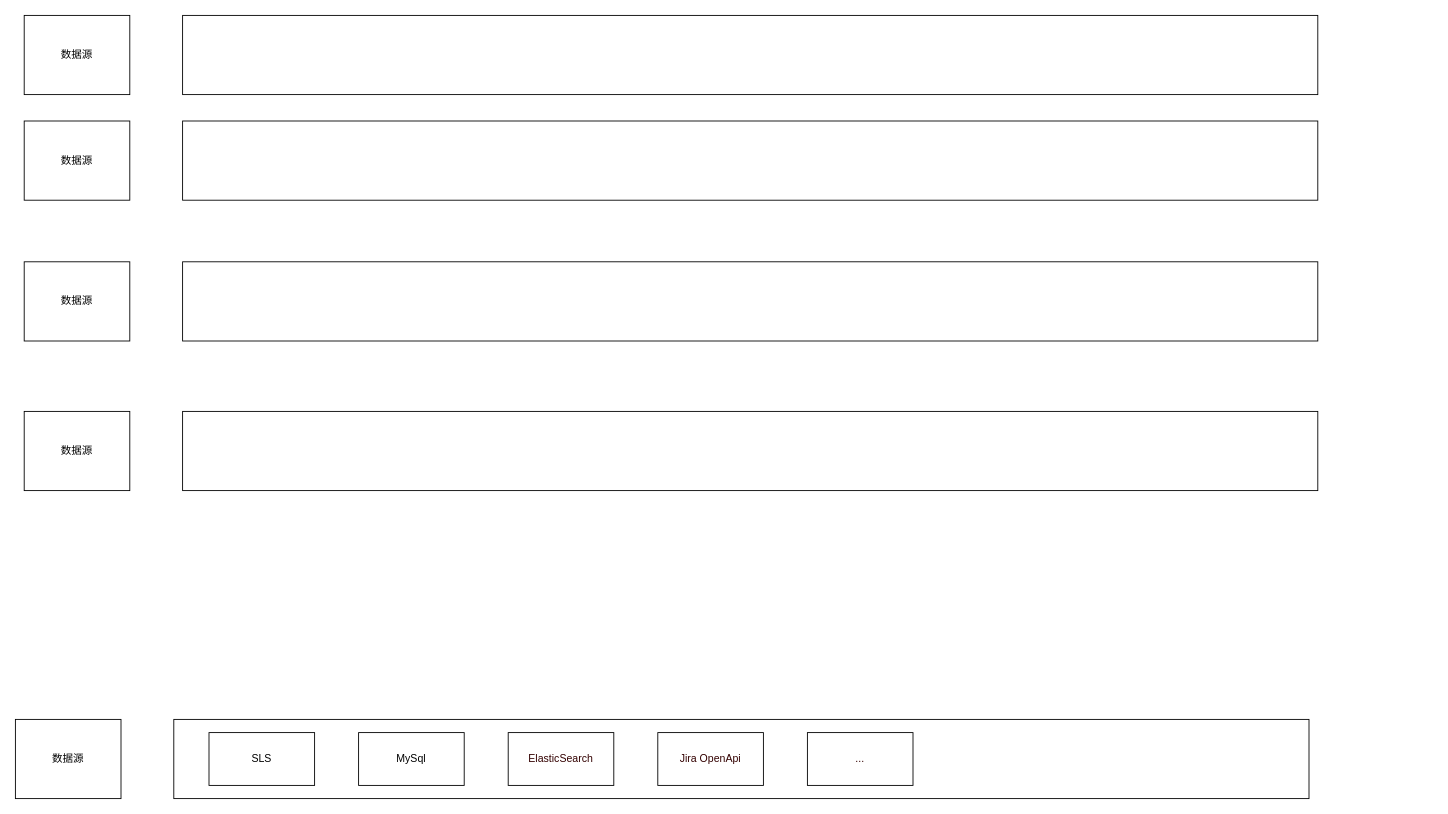
Earlier version of the draw.io diagram worker/质量大盘.drawio (TNT-Likely/diagrams). Source tidied: cells renumbered, new cells numbered last; positions are measured from the earlier drawing's top-left corner, leaving out a move shared by most shapes. Both pictures are drawn from the tidied source at 88%, with x=0, y=0 at pixel (15, 15).
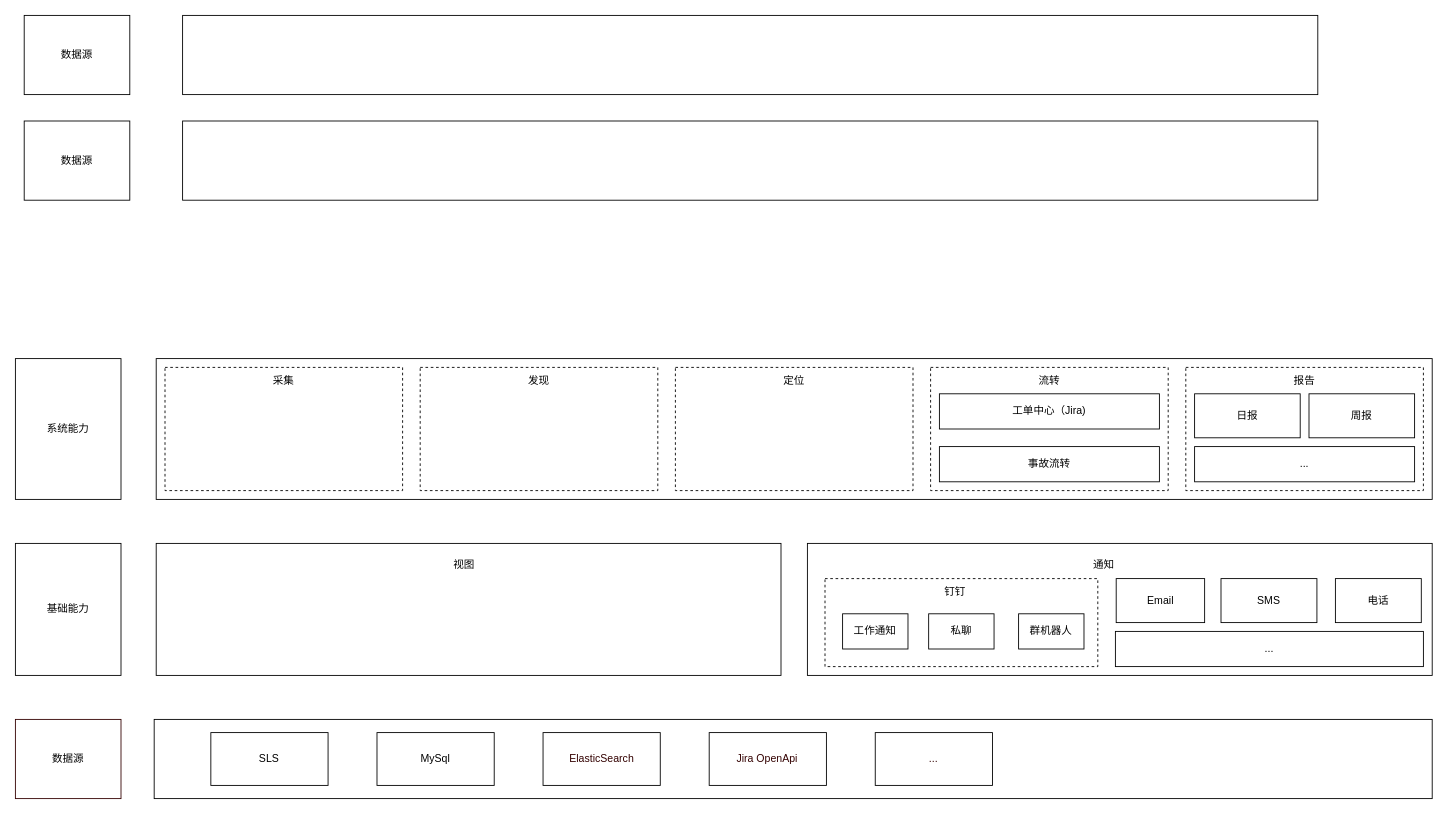
The same diagram, later.

Commit message (it also covers changes not shown here):
更新质量大盘.drawio

What changed in the source:
```diff
@@
-    <mxCell id="2" style="group;" parent="1" vertex="1">
-      <mxGeometry x="10" y="450" width="1470" height="90" as="geometry" />
-    </mxCell>
-    <mxCell id="3" style="group;" parent="2" vertex="1">
-      <mxGeometry width="1470" height="90" as="geometry" />
-    </mxCell>
-    <mxCell id="4" value="数据源" style="rounded=0;whiteSpace=wrap;html=1;" parent="3" vertex="1">
-      <mxGeometry width="120" height="90" as="geometry" />
-    </mxCell>
-    <mxCell id="5" style="rounded=0;whiteSpace=wrap;html=1;" parent="3" vertex="1">
-      <mxGeometry x="180" width="1290" height="90" as="geometry" />
-    </mxCell>
-    <mxCell id="6" style="group;" parent="1" vertex="1">
-      <mxGeometry x="10" y="280" width="1470" height="90" as="geometry" />
-    </mxCell>
-    <mxCell id="7" style="group;" parent="6" vertex="1">
-      <mxGeometry width="1470" height="90" as="geometry" />
-    </mxCell>
-    <mxCell id="8" value="数据源" style="rounded=0;whiteSpace=wrap;html=1;" parent="7" vertex="1">
-      <mxGeometry width="120" height="90" as="geometry" />
-    </mxCell>
-    <mxCell id="9" style="rounded=0;whiteSpace=wrap;html=1;" parent="7" vertex="1">
-      <mxGeometry x="180" width="1290" height="90" as="geometry" />
-    </mxCell>
@@
-    <mxCell id="18" style="group;" parent="1" vertex="1">
-      <mxGeometry y="800" width="1470" height="90" as="geometry" />
-    </mxCell>
+    <mxCell id="26" style="group;" parent="1" vertex="1">
+      <mxGeometry y="800" width="1610" height="90" as="geometry" />
+    </mxCell>
-    <mxCell id="19" value="数据源" style="rounded=0;whiteSpace=wrap;html=1;" parent="18" vertex="1">
+    <mxCell id="19" value="数据源" style="rounded=0;whiteSpace=wrap;html=1;strokeColor=#330000;strokeWidth=1;gradientColor=default;fillColor=none;" parent="26" vertex="1">
       <mxGeometry width="120" height="90" as="geometry" />
     </mxCell>
+    <mxCell id="27" style="group;" parent="26" vertex="1">
+      <mxGeometry x="177.7" width="1432.3" height="90" as="geometry" />
+    </mxCell>
-    <mxCell id="20" style="rounded=0;whiteSpace=wrap;html=1;" parent="18" vertex="1">
-      <mxGeometry x="180" width="1290" height="90" as="geometry" />
+    <mxCell id="20" style="rounded=0;whiteSpace=wrap;html=1;strokeColor=default;fillColor=default;strokeWidth=1;" parent="27" vertex="1">
+      <mxGeometry x="-20" width="1452.3" height="90" as="geometry" />
     </mxCell>
-    <mxCell id="21" value="SLS" style="rounded=0;whiteSpace=wrap;html=1;" parent="18" vertex="1">
-      <mxGeometry x="220" y="15" width="120" height="60" as="geometry" />
+    <mxCell id="21" value="SLS" style="rounded=0;whiteSpace=wrap;html=1;" parent="27" vertex="1">
+      <mxGeometry x="44.4" y="15" width="133.2" height="60" as="geometry" />
     </mxCell>
-    <mxCell id="22" value="MySql" style="rounded=0;whiteSpace=wrap;html=1;" parent="18" vertex="1">
-      <mxGeometry x="390" y="15" width="120" height="60" as="geometry" />
+    <mxCell id="22" value="MySql" style="rounded=0;whiteSpace=wrap;html=1;" parent="27" vertex="1">
+      <mxGeometry x="233.2" y="15" width="133.2" height="60" as="geometry" />
     </mxCell>
-    <mxCell id="23" value="&lt;font color=&quot;#330000&quot;&gt;ElasticSearch&lt;/font&gt;" style="rounded=0;whiteSpace=wrap;html=1;" parent="18" vertex="1">
-      <mxGeometry x="560" y="15" width="120" height="60" as="geometry" />
+    <mxCell id="23" value="&lt;font color=&quot;#330000&quot;&gt;ElasticSearch&lt;/font&gt;" style="rounded=0;whiteSpace=wrap;html=1;" parent="27" vertex="1">
+      <mxGeometry x="421.9" y="15" width="133.2" height="60" as="geometry" />
     </mxCell>
-    <mxCell id="24" value="&lt;font color=&quot;#330000&quot;&gt;Jira OpenApi&lt;/font&gt;" style="rounded=0;whiteSpace=wrap;html=1;" parent="18" vertex="1">
-      <mxGeometry x="730" y="15" width="120" height="60" as="geometry" />
+    <mxCell id="24" value="&lt;font color=&quot;#330000&quot;&gt;Jira OpenApi&lt;/font&gt;" style="rounded=0;whiteSpace=wrap;html=1;" parent="27" vertex="1">
+      <mxGeometry x="610.7" y="15" width="133.2" height="60" as="geometry" />
     </mxCell>
-    <mxCell id="25" value="&lt;font color=&quot;#330000&quot;&gt;...&lt;/font&gt;" style="rounded=0;whiteSpace=wrap;html=1;" parent="18" vertex="1">
-      <mxGeometry x="900" y="15" width="120" height="60" as="geometry" />
+    <mxCell id="25" value="&lt;font color=&quot;#330000&quot;&gt;...&lt;/font&gt;" style="rounded=0;whiteSpace=wrap;html=1;" parent="27" vertex="1">
+      <mxGeometry x="799.4" y="15" width="133.2" height="60" as="geometry" />
     </mxCell>
+    <mxCell id="4" value="基础能力" style="rounded=0;whiteSpace=wrap;html=1;" parent="1" vertex="1">
+      <mxGeometry y="600" width="120" height="150" as="geometry" />
+    </mxCell>
+    <mxCell id="28" style="group;" parent="1" vertex="1">
+      <mxGeometry x="160" y="600" width="710" height="150" as="geometry" />
+    </mxCell>
+    <mxCell id="5" style="rounded=0;whiteSpace=wrap;html=1;" parent="28" vertex="1">
+      <mxGeometry width="710" height="150" as="geometry" />
+    </mxCell>
+    <mxCell id="29" value="视图" style="text;html=1;strokeColor=none;fillColor=none;align=center;verticalAlign=middle;whiteSpace=wrap;rounded=0;" parent="28" vertex="1">
+      <mxGeometry x="315.6" y="10" width="67.6" height="30" as="geometry" />
+    </mxCell>
+    <mxCell id="8" value="系统能力" style="rounded=0;whiteSpace=wrap;html=1;" parent="1" vertex="1">
+      <mxGeometry y="390" width="120" height="160" as="geometry" />
+    </mxCell>
+    <mxCell id="9" style="rounded=0;whiteSpace=wrap;html=1;" parent="1" vertex="1">
+      <mxGeometry x="160" y="390" width="1450" height="160" as="geometry" />
+    </mxCell>
+    <mxCell id="30" style="group;" parent="1" vertex="1">
+      <mxGeometry x="170" y="400" width="270" height="140" as="geometry" />
+    </mxCell>
+    <mxCell id="31" style="rounded=0;whiteSpace=wrap;html=1;dashed=1;" parent="30" vertex="1">
+      <mxGeometry width="270" height="140" as="geometry" />
+    </mxCell>
+    <mxCell id="32" value="采集" style="text;html=1;strokeColor=none;fillColor=none;align=center;verticalAlign=middle;whiteSpace=wrap;rounded=0;" parent="30" vertex="1">
+      <mxGeometry x="105" width="60" height="30" as="geometry" />
+    </mxCell>
+    <mxCell id="33" style="group;" parent="1" vertex="1">
+      <mxGeometry x="460" y="400" width="270" height="140" as="geometry" />
+    </mxCell>
+    <mxCell id="34" style="rounded=0;whiteSpace=wrap;html=1;dashed=1;" parent="33" vertex="1">
+      <mxGeometry width="270" height="140" as="geometry" />
+    </mxCell>
+    <mxCell id="35" value="发现" style="text;html=1;strokeColor=none;fillColor=none;align=center;verticalAlign=middle;whiteSpace=wrap;rounded=0;" parent="33" vertex="1">
+      <mxGeometry x="105" width="60" height="30" as="geometry" />
+    </mxCell>
+    <mxCell id="36" style="group;" parent="1" vertex="1">
+      <mxGeometry x="750" y="400" width="270" height="140" as="geometry" />
+    </mxCell>
+    <mxCell id="37" style="rounded=0;whiteSpace=wrap;html=1;dashed=1;" parent="36" vertex="1">
+      <mxGeometry width="270" height="140" as="geometry" />
+    </mxCell>
+    <mxCell id="38" value="定位" style="text;html=1;strokeColor=none;fillColor=none;align=center;verticalAlign=middle;whiteSpace=wrap;rounded=0;" parent="36" vertex="1">
+      <mxGeometry x="105" width="60" height="30" as="geometry" />
+    </mxCell>
+    <mxCell id="39" style="group;" parent="1" vertex="1">
+      <mxGeometry x="1040" y="400" width="270" height="140" as="geometry" />
+    </mxCell>
+    <mxCell id="40" style="rounded=0;whiteSpace=wrap;html=1;dashed=1;" parent="39" vertex="1">
+      <mxGeometry width="270" height="140" as="geometry" />
+    </mxCell>
+    <mxCell id="41" value="流转" style="text;html=1;strokeColor=none;fillColor=none;align=center;verticalAlign=middle;whiteSpace=wrap;rounded=0;" parent="39" vertex="1">
+      <mxGeometry x="105" width="60" height="30" as="geometry" />
+    </mxCell>
+    <mxCell id="42" value="工单中心（Jira)" style="rounded=0;whiteSpace=wrap;html=1;" parent="39" vertex="1">
+      <mxGeometry x="10" y="30" width="250" height="40" as="geometry" />
+    </mxCell>
+    <mxCell id="43" value="事故流转" style="rounded=0;whiteSpace=wrap;html=1;" parent="39" vertex="1">
+      <mxGeometry x="10" y="90" width="250" height="40" as="geometry" />
+    </mxCell>
+    <mxCell id="44" style="rounded=0;whiteSpace=wrap;html=1;dashed=1;" parent="1" vertex="1">
+      <mxGeometry x="1330" y="400" width="270" height="140" as="geometry" />
+    </mxCell>
+    <mxCell id="45" value="报告" style="text;html=1;strokeColor=none;fillColor=none;align=center;verticalAlign=middle;whiteSpace=wrap;rounded=0;" parent="1" vertex="1">
+      <mxGeometry x="1435" y="400" width="60" height="30" as="geometry" />
+    </mxCell>
+    <mxCell id="46" value="日报" style="rounded=0;whiteSpace=wrap;html=1;" parent="1" vertex="1">
+      <mxGeometry x="1340" y="430" width="120" height="50" as="geometry" />
+    </mxCell>
+    <mxCell id="47" value="周报" style="rounded=0;whiteSpace=wrap;html=1;" parent="1" vertex="1">
+      <mxGeometry x="1470" y="430" width="120" height="50" as="geometry" />
+    </mxCell>
+    <mxCell id="48" value="..." style="rounded=0;whiteSpace=wrap;html=1;" parent="1" vertex="1">
+      <mxGeometry x="1340" y="490" width="250" height="40" as="geometry" />
+    </mxCell>
+    <mxCell id="49" style="group;" parent="1" vertex="1">
+      <mxGeometry x="900" y="600" width="710" height="150" as="geometry" />
+    </mxCell>
+    <mxCell id="50" style="group;" parent="49" vertex="1">
+      <mxGeometry width="710" height="150" as="geometry" />
+    </mxCell>
+    <mxCell id="51" style="rounded=0;whiteSpace=wrap;html=1;" parent="50" vertex="1">
+      <mxGeometry width="710" height="150" as="geometry" />
+    </mxCell>
+    <mxCell id="52" value="通知" style="text;html=1;strokeColor=none;fillColor=none;align=center;verticalAlign=middle;whiteSpace=wrap;rounded=0;" parent="50" vertex="1">
+      <mxGeometry x="300" y="10" width="74.3" height="30" as="geometry" />
+    </mxCell>
+    <mxCell id="53" style="rounded=0;whiteSpace=wrap;html=1;dashed=1;" parent="50" vertex="1">
+      <mxGeometry x="20" y="40" width="310" height="100" as="geometry" />
+    </mxCell>
+    <mxCell id="54" value="钉钉" style="text;html=1;strokeColor=none;fillColor=none;align=center;verticalAlign=middle;whiteSpace=wrap;rounded=0;" parent="50" vertex="1">
+      <mxGeometry x="131.4" y="40" width="74.3" height="30" as="geometry" />
+    </mxCell>
+    <mxCell id="55" value="工作通知" style="rounded=0;whiteSpace=wrap;html=1;" parent="50" vertex="1">
+      <mxGeometry x="40" y="80" width="74.3" height="40" as="geometry" />
+    </mxCell>
+    <mxCell id="56" value="私聊" style="rounded=0;whiteSpace=wrap;html=1;" parent="50" vertex="1">
+      <mxGeometry x="137.8" y="80" width="74.3" height="40" as="geometry" />
+    </mxCell>
+    <mxCell id="57" value="群机器人" style="rounded=0;whiteSpace=wrap;html=1;" parent="50" vertex="1">
+      <mxGeometry x="240" y="80" width="74.3" height="40" as="geometry" />
+    </mxCell>
+    <mxCell id="58" value="Email" style="rounded=0;whiteSpace=wrap;html=1;" parent="50" vertex="1">
+      <mxGeometry x="350.9" y="40" width="100.5" height="50" as="geometry" />
+    </mxCell>
+    <mxCell id="59" value="SMS" style="rounded=0;whiteSpace=wrap;html=1;" parent="50" vertex="1">
+      <mxGeometry x="470" y="40" width="109" height="50" as="geometry" />
+    </mxCell>
+    <mxCell id="60" value="电话" style="rounded=0;whiteSpace=wrap;html=1;" parent="50" vertex="1">
+      <mxGeometry x="600" y="40" width="97.6" height="50" as="geometry" />
+    </mxCell>
+    <mxCell id="61" value="..." style="rounded=0;whiteSpace=wrap;html=1;" parent="50" vertex="1">
+      <mxGeometry x="350" y="100" width="350" height="40" as="geometry" />
+    </mxCell>
```
